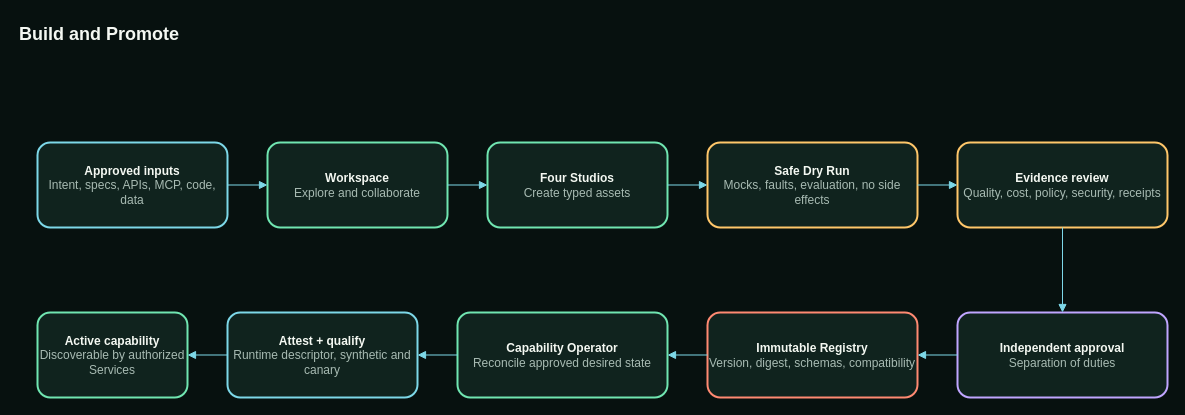
This is page "Build and Promote" (2 of 4) of diagrams/contextweaver-nextgen-architecture.drawio from brainzbytes/contextweaver-public-site, a draw.io file, before an edit. Source tidied: cells renumbered, new cells numbered last; positions are measured from the earlier drawing's top-left corner, leaving out a move shared by most shapes. Both pictures are drawn from the tidied source at 100%, with x=0, y=0 at pixel (17, 17).
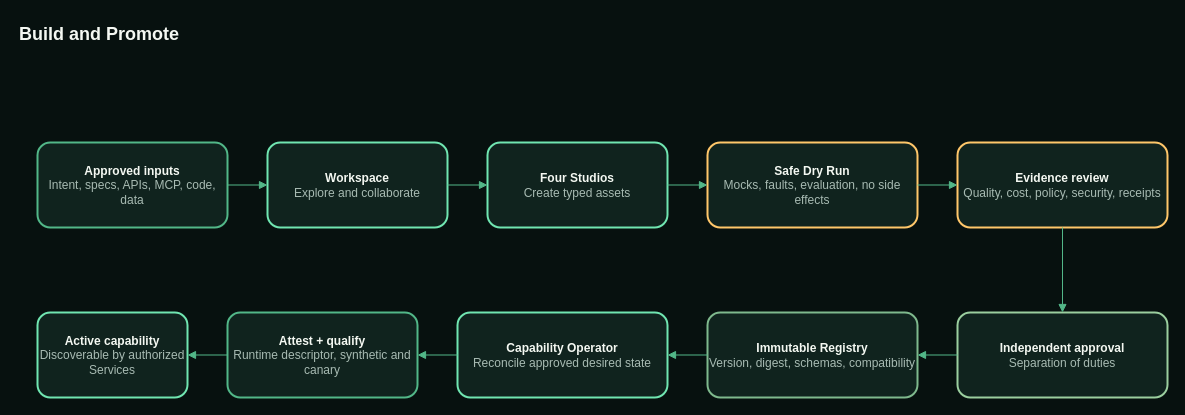
Above is the later version.

The change refers to these unchanged cells:
```xml
<mxCell id="4" value="&lt;b&gt;Workspace&lt;/b&gt;&lt;br&gt;&lt;font color=&quot;#a8bbb3&quot;&gt;Explore and collaborate&lt;/font&gt;" style="rounded=1;whiteSpace=wrap;html=1;fillColor=#10231e;strokeColor=#70e6b1;fontColor=#f4f8f2;fontSize=12;strokeWidth=2;" parent="1" vertex="1">
  <mxGeometry x="250" y="125" width="180" height="85" as="geometry" />
</mxCell>
<mxCell id="5" value="&lt;b&gt;Four Studios&lt;/b&gt;&lt;br&gt;&lt;font color=&quot;#a8bbb3&quot;&gt;Create typed assets&lt;/font&gt;" style="rounded=1;whiteSpace=wrap;html=1;fillColor=#10231e;strokeColor=#70e6b1;fontColor=#f4f8f2;fontSize=12;strokeWidth=2;" parent="1" vertex="1">
  <mxGeometry x="470" y="125" width="180" height="85" as="geometry" />
</mxCell>
<mxCell id="6" value="&lt;b&gt;Safe Dry Run&lt;/b&gt;&lt;br&gt;&lt;font color=&quot;#a8bbb3&quot;&gt;Mocks, faults, evaluation, no side effects&lt;/font&gt;" style="rounded=1;whiteSpace=wrap;html=1;fillColor=#10231e;strokeColor=#ffc76a;fontColor=#f4f8f2;fontSize=12;strokeWidth=2;" parent="1" vertex="1">
  <mxGeometry x="690" y="125" width="210" height="85" as="geometry" />
</mxCell>
<mxCell id="7" value="&lt;b&gt;Evidence review&lt;/b&gt;&lt;br&gt;&lt;font color=&quot;#a8bbb3&quot;&gt;Quality, cost, policy, security, receipts&lt;/font&gt;" style="rounded=1;whiteSpace=wrap;html=1;fillColor=#10231e;strokeColor=#ffc76a;fontColor=#f4f8f2;fontSize=12;strokeWidth=2;" parent="1" vertex="1">
  <mxGeometry x="940" y="125" width="210" height="85" as="geometry" />
</mxCell>
<mxCell id="10" value="&lt;b&gt;Capability Operator&lt;/b&gt;&lt;br&gt;&lt;font color=&quot;#a8bbb3&quot;&gt;Reconcile approved desired state&lt;/font&gt;" style="rounded=1;whiteSpace=wrap;html=1;fillColor=#10231e;strokeColor=#70e6b1;fontColor=#f4f8f2;fontSize=12;strokeWidth=2;" parent="1" vertex="1">
  <mxGeometry x="440" y="295" width="210" height="85" as="geometry" />
</mxCell>
<mxCell id="12" value="&lt;b&gt;Active capability&lt;/b&gt;&lt;br&gt;&lt;font color=&quot;#a8bbb3&quot;&gt;Discoverable by authorized Services&lt;/font&gt;" style="rounded=1;whiteSpace=wrap;html=1;fillColor=#10231e;strokeColor=#70e6b1;fontColor=#f4f8f2;fontSize=12;strokeWidth=2;" parent="1" vertex="1">
  <mxGeometry x="20" y="295" width="150" height="85" as="geometry" />
</mxCell>
```

Diff of the diagram source:
```diff
@@
-    <mxCell id="3" value="&lt;b&gt;Approved inputs&lt;/b&gt;&lt;br&gt;&lt;font color=&quot;#a8bbb3&quot;&gt;Intent, specs, APIs, MCP, code, data&lt;/font&gt;" style="rounded=1;whiteSpace=wrap;html=1;fillColor=#10231e;strokeColor=#7dd8e8;fontColor=#f4f8f2;fontSize=12;strokeWidth=2;" parent="1" vertex="1">
+    <mxCell id="3" value="&lt;b&gt;Approved inputs&lt;/b&gt;&lt;br&gt;&lt;font color=&quot;#a8bbb3&quot;&gt;Intent, specs, APIs, MCP, code, data&lt;/font&gt;" style="rounded=1;whiteSpace=wrap;html=1;fillColor=#10231e;strokeColor=#52b788;fontColor=#f4f8f2;fontSize=12;strokeWidth=2;" parent="1" vertex="1">
       <mxGeometry x="20" y="125" width="190" height="85" as="geometry" />
     </mxCell>
@@
-    <mxCell id="8" value="&lt;b&gt;Independent approval&lt;/b&gt;&lt;br&gt;&lt;font color=&quot;#a8bbb3&quot;&gt;Separation of duties&lt;/font&gt;" style="rounded=1;whiteSpace=wrap;html=1;fillColor=#10231e;strokeColor=#c0a6ff;fontColor=#f4f8f2;fontSize=12;strokeWidth=2;" parent="1" vertex="1">
+    <mxCell id="8" value="&lt;b&gt;Independent approval&lt;/b&gt;&lt;br&gt;&lt;font color=&quot;#a8bbb3&quot;&gt;Separation of duties&lt;/font&gt;" style="rounded=1;whiteSpace=wrap;html=1;fillColor=#10231e;strokeColor=#9bcf9f;fontColor=#f4f8f2;fontSize=12;strokeWidth=2;" parent="1" vertex="1">
       <mxGeometry x="940" y="295" width="210" height="85" as="geometry" />
     </mxCell>
-    <mxCell id="9" value="&lt;b&gt;Immutable Registry&lt;/b&gt;&lt;br&gt;&lt;font color=&quot;#a8bbb3&quot;&gt;Version, digest, schemas, compatibility&lt;/font&gt;" style="rounded=1;whiteSpace=wrap;html=1;fillColor=#10231e;strokeColor=#ff8a72;fontColor=#f4f8f2;fontSize=12;strokeWidth=2;" parent="1" vertex="1">
+    <mxCell id="9" value="&lt;b&gt;Immutable Registry&lt;/b&gt;&lt;br&gt;&lt;font color=&quot;#a8bbb3&quot;&gt;Version, digest, schemas, compatibility&lt;/font&gt;" style="rounded=1;whiteSpace=wrap;html=1;fillColor=#10231e;strokeColor=#7fb98d;fontColor=#f4f8f2;fontSize=12;strokeWidth=2;" parent="1" vertex="1">
       <mxGeometry x="690" y="295" width="210" height="85" as="geometry" />
     </mxCell>
@@
-    <mxCell id="11" value="&lt;b&gt;Attest + qualify&lt;/b&gt;&lt;br&gt;&lt;font color=&quot;#a8bbb3&quot;&gt;Runtime descriptor, synthetic and canary&lt;/font&gt;" style="rounded=1;whiteSpace=wrap;html=1;fillColor=#10231e;strokeColor=#7dd8e8;fontColor=#f4f8f2;fontSize=12;strokeWidth=2;" parent="1" vertex="1">
+    <mxCell id="11" value="&lt;b&gt;Attest + qualify&lt;/b&gt;&lt;br&gt;&lt;font color=&quot;#a8bbb3&quot;&gt;Runtime descriptor, synthetic and canary&lt;/font&gt;" style="rounded=1;whiteSpace=wrap;html=1;fillColor=#10231e;strokeColor=#52b788;fontColor=#f4f8f2;fontSize=12;strokeWidth=2;" parent="1" vertex="1">
       <mxGeometry x="210" y="295" width="190" height="85" as="geometry" />
     </mxCell>
@@
-    <mxCell id="13" style="edgeStyle=orthogonalEdgeStyle;rounded=0;jettySize=auto;html=1;endArrow=block;endFill=1;strokeColor=#7dd8e8;fontColor=#a8bbb3;" parent="1" edge="1" source="3" target="4">
+    <mxCell id="13" style="edgeStyle=orthogonalEdgeStyle;rounded=0;jettySize=auto;html=1;endArrow=block;endFill=1;strokeColor=#52b788;fontColor=#a8bbb3;" parent="1" edge="1" source="3" target="4">
       <mxGeometry relative="1" as="geometry" />
     </mxCell>
-    <mxCell id="14" style="edgeStyle=orthogonalEdgeStyle;rounded=0;jettySize=auto;html=1;endArrow=block;endFill=1;strokeColor=#7dd8e8;fontColor=#a8bbb3;" parent="1" edge="1" source="4" target="5">
+    <mxCell id="14" style="edgeStyle=orthogonalEdgeStyle;rounded=0;jettySize=auto;html=1;endArrow=block;endFill=1;strokeColor=#52b788;fontColor=#a8bbb3;" parent="1" edge="1" source="4" target="5">
       <mxGeometry relative="1" as="geometry" />
     </mxCell>
-    <mxCell id="15" style="edgeStyle=orthogonalEdgeStyle;rounded=0;jettySize=auto;html=1;endArrow=block;endFill=1;strokeColor=#7dd8e8;fontColor=#a8bbb3;" parent="1" edge="1" source="5" target="6">
+    <mxCell id="15" style="edgeStyle=orthogonalEdgeStyle;rounded=0;jettySize=auto;html=1;endArrow=block;endFill=1;strokeColor=#52b788;fontColor=#a8bbb3;" parent="1" edge="1" source="5" target="6">
       <mxGeometry relative="1" as="geometry" />
     </mxCell>
-    <mxCell id="16" style="edgeStyle=orthogonalEdgeStyle;rounded=0;jettySize=auto;html=1;endArrow=block;endFill=1;strokeColor=#7dd8e8;fontColor=#a8bbb3;" parent="1" edge="1" source="6" target="7">
+    <mxCell id="16" style="edgeStyle=orthogonalEdgeStyle;rounded=0;jettySize=auto;html=1;endArrow=block;endFill=1;strokeColor=#52b788;fontColor=#a8bbb3;" parent="1" edge="1" source="6" target="7">
       <mxGeometry relative="1" as="geometry" />
     </mxCell>
-    <mxCell id="17" style="edgeStyle=orthogonalEdgeStyle;rounded=0;jettySize=auto;html=1;endArrow=block;endFill=1;strokeColor=#7dd8e8;fontColor=#a8bbb3;" parent="1" edge="1" source="7" target="8">
+    <mxCell id="17" style="edgeStyle=orthogonalEdgeStyle;rounded=0;jettySize=auto;html=1;endArrow=block;endFill=1;strokeColor=#52b788;fontColor=#a8bbb3;" parent="1" edge="1" source="7" target="8">
       <mxGeometry relative="1" as="geometry" />
     </mxCell>
-    <mxCell id="18" style="edgeStyle=orthogonalEdgeStyle;rounded=0;jettySize=auto;html=1;endArrow=block;endFill=1;strokeColor=#7dd8e8;fontColor=#a8bbb3;" parent="1" edge="1" source="8" target="9">
+    <mxCell id="18" style="edgeStyle=orthogonalEdgeStyle;rounded=0;jettySize=auto;html=1;endArrow=block;endFill=1;strokeColor=#52b788;fontColor=#a8bbb3;" parent="1" edge="1" source="8" target="9">
       <mxGeometry relative="1" as="geometry" />
     </mxCell>
-    <mxCell id="19" style="edgeStyle=orthogonalEdgeStyle;rounded=0;jettySize=auto;html=1;endArrow=block;endFill=1;strokeColor=#7dd8e8;fontColor=#a8bbb3;" parent="1" edge="1" source="9" target="10">
+    <mxCell id="19" style="edgeStyle=orthogonalEdgeStyle;rounded=0;jettySize=auto;html=1;endArrow=block;endFill=1;strokeColor=#52b788;fontColor=#a8bbb3;" parent="1" edge="1" source="9" target="10">
       <mxGeometry relative="1" as="geometry" />
     </mxCell>
-    <mxCell id="20" style="edgeStyle=orthogonalEdgeStyle;rounded=0;jettySize=auto;html=1;endArrow=block;endFill=1;strokeColor=#7dd8e8;fontColor=#a8bbb3;" parent="1" edge="1" source="10" target="11">
+    <mxCell id="20" style="edgeStyle=orthogonalEdgeStyle;rounded=0;jettySize=auto;html=1;endArrow=block;endFill=1;strokeColor=#52b788;fontColor=#a8bbb3;" parent="1" edge="1" source="10" target="11">
       <mxGeometry relative="1" as="geometry" />
     </mxCell>
-    <mxCell id="21" style="edgeStyle=orthogonalEdgeStyle;rounded=0;jettySize=auto;html=1;endArrow=block;endFill=1;strokeColor=#7dd8e8;fontColor=#a8bbb3;" parent="1" edge="1" source="11" target="12">
+    <mxCell id="21" style="edgeStyle=orthogonalEdgeStyle;rounded=0;jettySize=auto;html=1;endArrow=block;endFill=1;strokeColor=#52b788;fontColor=#a8bbb3;" parent="1" edge="1" source="11" target="12">
       <mxGeometry relative="1" as="geometry" />
     </mxCell>
```
